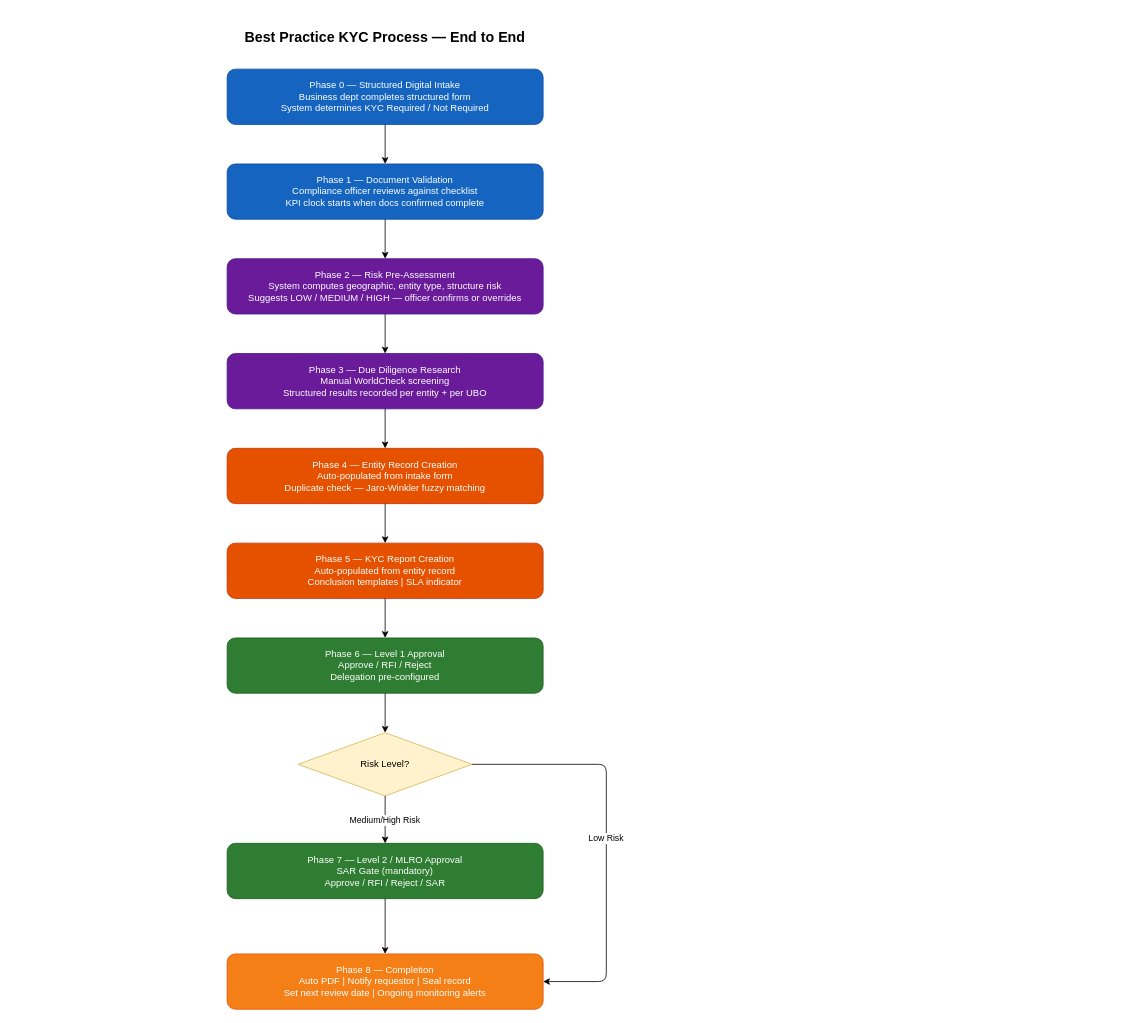
Earlier version of the draw.io diagram page "Best Practice End-to-End Process" (1 of 9) of diagrams/drawio/best-practice-e2e.drawio (mazharr-hussain/KycReport). Source tidied: cells renumbered, new cells numbered last; positions are measured from the earlier drawing's top-left corner, leaving out a move shared by most shapes. Both pictures are drawn from the tidied source at 79%, with x=0, y=0 at pixel (108, 21).
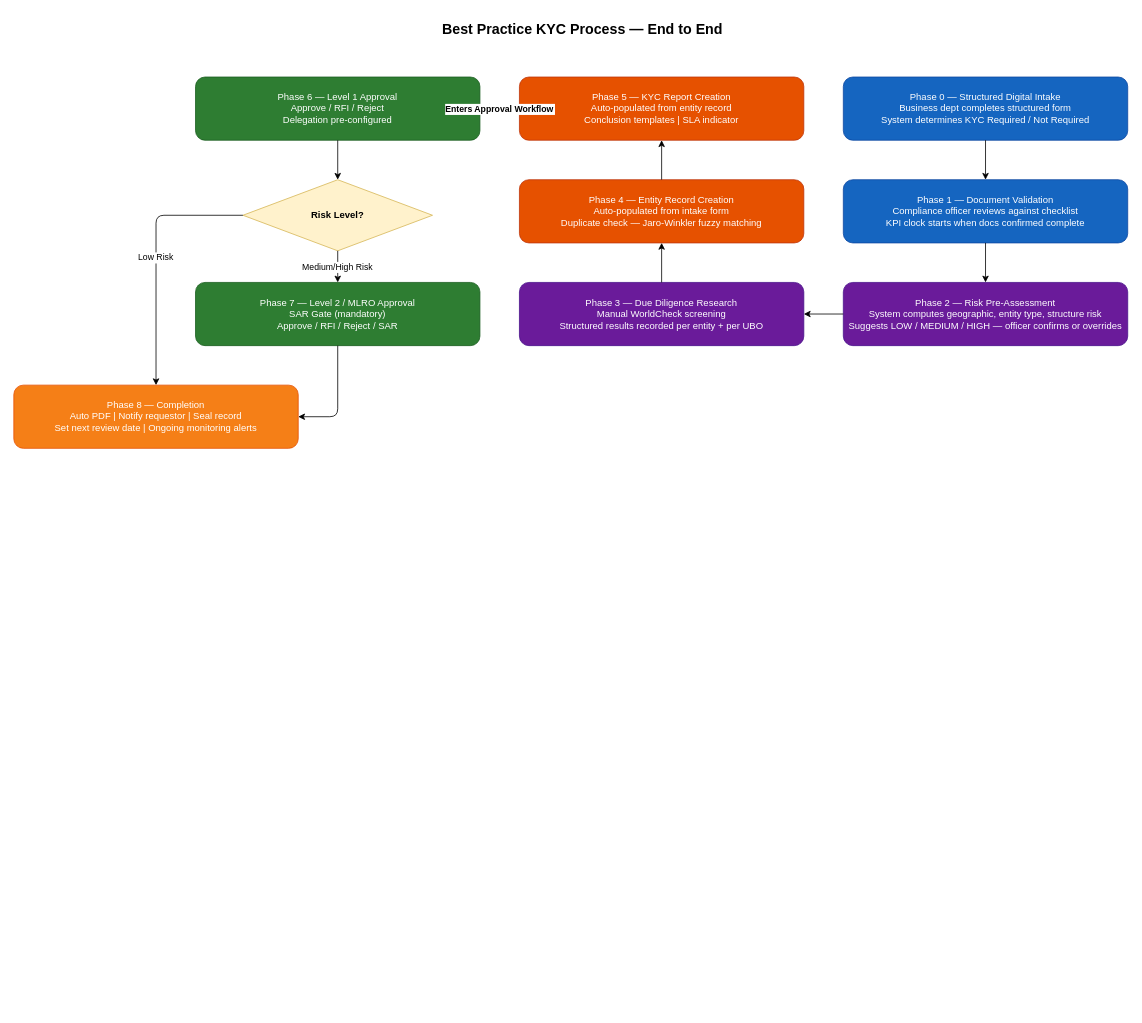
The same diagram, later.

The edit, as a diff of the source:
```diff
@@
     <mxCell id="2" value="Best Practice KYC Process — End to End" style="text;html=1;strokeColor=none;fillColor=none;align=center;verticalAlign=middle;whiteSpace=wrap;rounded=0;fontSize=18;fontStyle=1;" parent="1" vertex="1">
-      <mxGeometry width="700" height="40" as="geometry" />
+      <mxGeometry x="300" y="-10" width="600" height="40" as="geometry" />
     </mxCell>
     <mxCell id="3" value="Phase 0 — Structured Digital Intake&#10;Business dept completes structured form&#10;System determines KYC Required / Not Required" style="rounded=1;whiteSpace=wrap;html=1;fillColor=#1565C0;strokeColor=#0D47A1;fontColor=#ffffff;fontSize=12;" parent="1" vertex="1">
-      <mxGeometry x="150" y="60" width="400" height="70" as="geometry" />
+      <mxGeometry x="930" y="70" width="360" height="80" as="geometry" />
     </mxCell>
     <mxCell id="4" value="Phase 1 — Document Validation&#10;Compliance officer reviews against checklist&#10;KPI clock starts when docs confirmed complete" style="rounded=1;whiteSpace=wrap;html=1;fillColor=#1565C0;strokeColor=#0D47A1;fontColor=#ffffff;fontSize=12;" parent="1" vertex="1">
-      <mxGeometry x="150" y="180" width="400" height="70" as="geometry" />
+      <mxGeometry x="930" y="200" width="360" height="80" as="geometry" />
     </mxCell>
     <mxCell id="5" value="Phase 2 — Risk Pre-Assessment&#10;System computes geographic, entity type, structure risk&#10;Suggests LOW / MEDIUM / HIGH — officer confirms or overrides" style="rounded=1;whiteSpace=wrap;html=1;fillColor=#6A1B9A;strokeColor=#4A148C;fontColor=#ffffff;fontSize=12;" parent="1" vertex="1">
-      <mxGeometry x="150" y="300" width="400" height="70" as="geometry" />
+      <mxGeometry x="930" y="330" width="360" height="80" as="geometry" />
     </mxCell>
     <mxCell id="6" value="Phase 3 — Due Diligence Research&#10;Manual WorldCheck screening&#10;Structured results recorded per entity + per UBO" style="rounded=1;whiteSpace=wrap;html=1;fillColor=#6A1B9A;strokeColor=#4A148C;fontColor=#ffffff;fontSize=12;" parent="1" vertex="1">
-      <mxGeometry x="150" y="420" width="400" height="70" as="geometry" />
+      <mxGeometry x="520" y="330" width="360" height="80" as="geometry" />
     </mxCell>
     <mxCell id="7" value="Phase 4 — Entity Record Creation&#10;Auto-populated from intake form&#10;Duplicate check — Jaro-Winkler fuzzy matching" style="rounded=1;whiteSpace=wrap;html=1;fillColor=#E65100;strokeColor=#BF360C;fontColor=#ffffff;fontSize=12;" parent="1" vertex="1">
-      <mxGeometry x="150" y="540" width="400" height="70" as="geometry" />
+      <mxGeometry x="520" y="200" width="360" height="80" as="geometry" />
     </mxCell>
     <mxCell id="8" value="Phase 5 — KYC Report Creation&#10;Auto-populated from entity record&#10;Conclusion templates | SLA indicator" style="rounded=1;whiteSpace=wrap;html=1;fillColor=#E65100;strokeColor=#BF360C;fontColor=#ffffff;fontSize=12;" parent="1" vertex="1">
-      <mxGeometry x="150" y="660" width="400" height="70" as="geometry" />
+      <mxGeometry x="520" y="70" width="360" height="80" as="geometry" />
     </mxCell>
     <mxCell id="9" value="Phase 6 — Level 1 Approval&#10;Approve / RFI / Reject&#10;Delegation pre-configured" style="rounded=1;whiteSpace=wrap;html=1;fillColor=#2E7D32;strokeColor=#1B5E20;fontColor=#ffffff;fontSize=12;" parent="1" vertex="1">
-      <mxGeometry x="150" y="780" width="400" height="70" as="geometry" />
+      <mxGeometry x="110" y="70" width="360" height="80" as="geometry" />
     </mxCell>
-    <mxCell id="10" value="Risk Level?" style="rhombus;whiteSpace=wrap;html=1;fillColor=#fff2cc;strokeColor=#d6b656;fontSize=12;" parent="1" vertex="1">
-      <mxGeometry x="240" y="900" width="220" height="80" as="geometry" />
+    <mxCell id="10" value="Risk Level?" style="rhombus;whiteSpace=wrap;html=1;fillColor=#fff2cc;strokeColor=#d6b656;fontSize=12;fontStyle=1;" parent="1" vertex="1">
+      <mxGeometry x="170" y="200" width="240" height="90" as="geometry" />
     </mxCell>
     <mxCell id="11" value="Phase 7 — Level 2 / MLRO Approval&#10;SAR Gate (mandatory)&#10;Approve / RFI / Reject / SAR" style="rounded=1;whiteSpace=wrap;html=1;fillColor=#2E7D32;strokeColor=#1B5E20;fontColor=#ffffff;fontSize=12;" parent="1" vertex="1">
-      <mxGeometry x="150" y="1040" width="400" height="70" as="geometry" />
+      <mxGeometry x="110" y="330" width="360" height="80" as="geometry" />
     </mxCell>
     <mxCell id="12" value="Phase 8 — Completion&#10;Auto PDF | Notify requestor | Seal record&#10;Set next review date | Ongoing monitoring alerts" style="rounded=1;whiteSpace=wrap;html=1;fillColor=#F57F17;strokeColor=#E65100;fontColor=#ffffff;fontSize=12;" parent="1" vertex="1">
-      <mxGeometry x="150" y="1180" width="400" height="70" as="geometry" />
+      <mxGeometry x="-120" y="460" width="360" height="80" as="geometry" />
     </mxCell>
-    <mxCell id="13" style="edgeStyle=orthogonalEdgeStyle;" parent="1" edge="1" source="3" target="4">
+    <mxCell id="13" style="edgeStyle=orthogonalEdgeStyle;exitX=0.5;exitY=1;entryX=0.5;entryY=0;" parent="1" edge="1" source="3" target="4">
       <mxGeometry relative="1" as="geometry" />
     </mxCell>
-    <mxCell id="14" style="edgeStyle=orthogonalEdgeStyle;" parent="1" edge="1" source="4" target="5">
+    <mxCell id="14" style="edgeStyle=orthogonalEdgeStyle;exitX=0.5;exitY=1;entryX=0.5;entryY=0;" parent="1" edge="1" source="4" target="5">
       <mxGeometry relative="1" as="geometry" />
     </mxCell>
-    <mxCell id="15" style="edgeStyle=orthogonalEdgeStyle;" parent="1" edge="1" source="5" target="6">
+    <mxCell id="15" style="edgeStyle=orthogonalEdgeStyle;exitX=0;exitY=0.5;entryX=1;entryY=0.5;" parent="1" edge="1" source="5" target="6">
       <mxGeometry relative="1" as="geometry" />
     </mxCell>
-    <mxCell id="16" style="edgeStyle=orthogonalEdgeStyle;" parent="1" edge="1" source="6" target="7">
+    <mxCell id="16" style="edgeStyle=orthogonalEdgeStyle;exitX=0.5;exitY=0;entryX=0.5;entryY=1;" parent="1" edge="1" source="6" target="7">
       <mxGeometry relative="1" as="geometry" />
     </mxCell>
-    <mxCell id="17" style="edgeStyle=orthogonalEdgeStyle;" parent="1" edge="1" source="7" target="8">
+    <mxCell id="17" style="edgeStyle=orthogonalEdgeStyle;exitX=0.5;exitY=0;entryX=0.5;entryY=1;" parent="1" edge="1" source="7" target="8">
       <mxGeometry relative="1" as="geometry" />
     </mxCell>
-    <mxCell id="18" style="edgeStyle=orthogonalEdgeStyle;" parent="1" edge="1" source="8" target="9">
+    <mxCell id="18" value="Enters Approval Workflow" style="edgeStyle=orthogonalEdgeStyle;fontStyle=1;strokeColor=#2E7D32;strokeWidth=2;exitX=0;exitY=0.5;entryX=1;entryY=0.5;" parent="1" edge="1" source="8" target="9">
       <mxGeometry relative="1" as="geometry" />
     </mxCell>
-    <mxCell id="19" style="edgeStyle=orthogonalEdgeStyle;" parent="1" edge="1" source="9" target="10">
+    <mxCell id="19" style="edgeStyle=orthogonalEdgeStyle;exitX=0.5;exitY=1;entryX=0.5;entryY=0;" parent="1" edge="1" source="9" target="10">
       <mxGeometry relative="1" as="geometry" />
     </mxCell>
-    <mxCell id="20" value="Low Risk" style="edgeStyle=orthogonalEdgeStyle;" parent="1" edge="1" source="10" target="12">
-      <mxGeometry relative="1" as="geometry">
-        <Array as="points">
-          <mxPoint x="630" y="940" />
-          <mxPoint x="630" y="1215" />
-        </Array>
-      </mxGeometry>
+    <mxCell id="20" value="Low Risk" style="edgeStyle=orthogonalEdgeStyle;exitX=0;exitY=0.5;entryX=0.5;entryY=0;" parent="1" edge="1" source="10" target="12">
+      <mxGeometry relative="1" as="geometry" />
     </mxCell>
-    <mxCell id="21" value="Medium/High Risk" style="edgeStyle=orthogonalEdgeStyle;" parent="1" edge="1" source="10" target="11">
+    <mxCell id="21" value="Medium/High Risk" style="edgeStyle=orthogonalEdgeStyle;exitX=0.5;exitY=1;entryX=0.5;entryY=0;" parent="1" edge="1" source="10" target="11">
       <mxGeometry relative="1" as="geometry" />
     </mxCell>
-    <mxCell id="22" style="edgeStyle=orthogonalEdgeStyle;" parent="1" edge="1" source="11" target="12">
+    <mxCell id="22" style="edgeStyle=orthogonalEdgeStyle;exitX=0.5;exitY=1;entryX=1;entryY=0.5;" parent="1" edge="1" source="11" target="12">
       <mxGeometry relative="1" as="geometry" />
     </mxCell>
```
